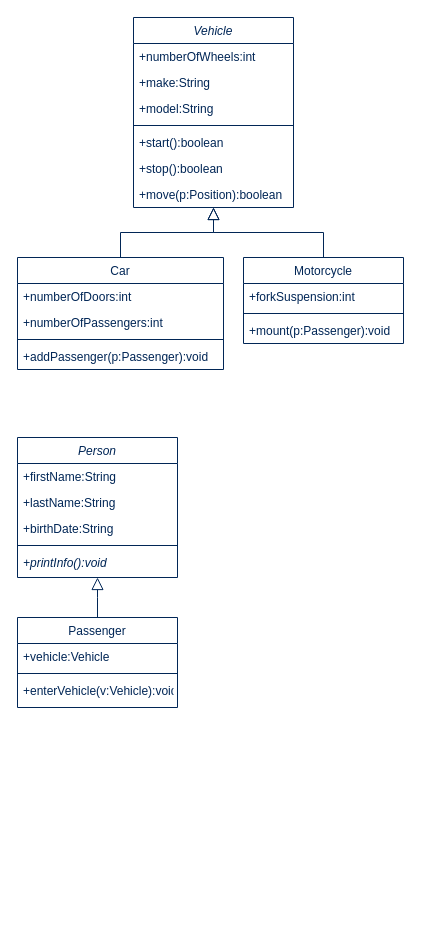
rahimi/software-engineering keeps this draw.io diagram as vehicle-class.drawio. Above is the earlier version. Source tidied: cells renumbered, new cells numbered last; positions are measured from the earlier drawing's top-left corner, leaving out a move shared by most shapes. Both pictures are drawn from the tidied source at 100%, with x=0, y=0 at pixel (17, 17).
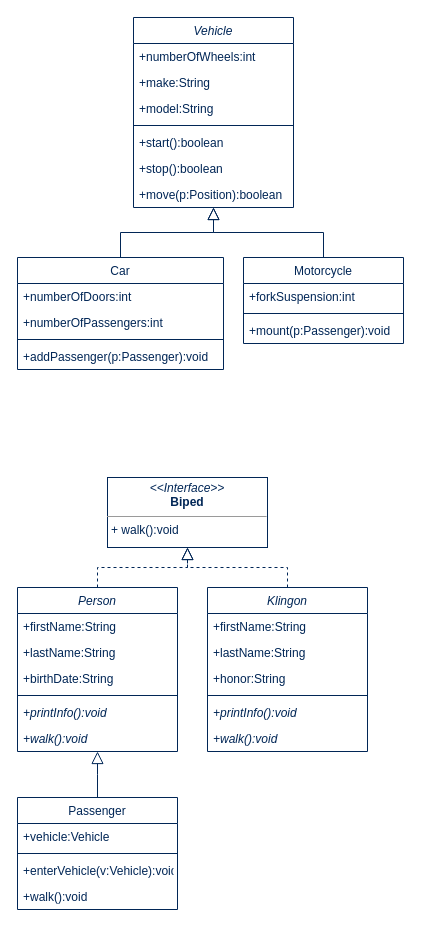
Above is the later version.

Commit message:
adds interface Biped and Klingon

The edit, as a diff of the source:
```diff
@@
+    <mxCell id="31" style="endArrow=block;endSize=10;endFill=0;shadow=0;strokeWidth=1;rounded=0;edgeStyle=elbowEdgeStyle;elbow=vertical;fontFamily=TitilliumText25L;fontColor=#012656;exitX=0.5;exitY=0;exitDx=0;exitDy=0;entryX=0.5;entryY=1;entryDx=0;entryDy=0;strokeColor=#012656;" parent="1" edge="1" source="27" target="21">
+      <mxGeometry relative="1" as="geometry" />
+    </mxCell>
     <mxCell id="21" value="Person" style="swimlane;fontStyle=2;align=center;verticalAlign=top;horizontal=1;startSize=26;rounded=0;shadow=0;strokeWidth=1;fontFamily=TitilliumText25L;fontColor=#012656;strokeColor=#012656;" parent="1" vertex="1">
-      <mxGeometry y="420" width="160" height="140" as="geometry" />
+      <mxGeometry y="570" width="160" height="164" as="geometry" />
     </mxCell>
@@
+    <mxCell id="32" value="+walk():void" style="text;align=left;verticalAlign=top;spacingLeft=4;spacingRight=4;overflow=hidden;fontFamily=TitilliumText25L;fontColor=#012656;fontStyle=2;" parent="21" vertex="1">
+      <mxGeometry y="138" width="160" height="26" as="geometry" />
+    </mxCell>
+    <mxCell id="33" style="endArrow=block;endSize=10;endFill=0;shadow=0;strokeWidth=1;rounded=0;edgeStyle=elbowEdgeStyle;elbow=vertical;fontFamily=TitilliumText25L;fontColor=#012656;entryX=0.5;entryY=1;entryDx=0;entryDy=0;strokeColor=#012656;exitX=0.5;exitY=0;exitDx=0;exitDy=0;dashed=1;" parent="1" edge="1" source="21" target="34">
+      <mxGeometry relative="1" as="geometry" />
+    </mxCell>
+    <mxCell id="34" value="&lt;p style=&quot;margin: 0px ; margin-top: 4px ; text-align: center&quot;&gt;&lt;i&gt;&amp;lt;&amp;lt;Interface&amp;gt;&amp;gt;&lt;/i&gt;&lt;br&gt;&lt;b&gt;Biped&lt;/b&gt;&lt;/p&gt;&lt;hr size=&quot;1&quot;&gt;&lt;p style=&quot;margin: 0px ; margin-left: 4px&quot;&gt;&lt;/p&gt;&lt;p style=&quot;margin: 0px ; margin-left: 4px&quot;&gt;+ walk():void&lt;br&gt;&lt;/p&gt;" style="verticalAlign=top;align=left;overflow=fill;fontSize=12;fontFamily=Helvetica;html=1;fontColor=#012656;strokeColor=#012656;" parent="1" vertex="1">
+      <mxGeometry x="90" y="460" width="160" height="70" as="geometry" />
+    </mxCell>
     <mxCell id="27" value="Passenger" style="swimlane;fontStyle=0;align=center;verticalAlign=top;horizontal=1;startSize=26;rounded=0;shadow=0;strokeWidth=1;fontFamily=TitilliumText25L;fontColor=#012656;strokeColor=#012656;" parent="1" vertex="1">
-      <mxGeometry y="600" width="160" height="90" as="geometry" />
+      <mxGeometry y="780" width="160" height="112" as="geometry" />
     </mxCell>
@@
-    <mxCell id="31" style="endArrow=block;endSize=10;endFill=0;shadow=0;strokeWidth=1;rounded=0;edgeStyle=elbowEdgeStyle;elbow=vertical;fontFamily=TitilliumText25L;fontColor=#012656;exitX=0.5;exitY=0;exitDx=0;exitDy=0;entryX=0.5;entryY=1;entryDx=0;entryDy=0;strokeColor=#012656;" parent="1" edge="1" source="27" target="21">
-      <mxGeometry relative="1" as="geometry" />
-    </mxCell>
+    <mxCell id="35" value="+walk():void" style="text;align=left;verticalAlign=top;spacingLeft=4;spacingRight=4;overflow=hidden;fontFamily=TitilliumText25L;fontColor=#012656;" parent="27" vertex="1">
+      <mxGeometry y="86" width="160" height="26" as="geometry" />
+    </mxCell>
+    <mxCell id="36" value="Klingon" style="swimlane;fontStyle=2;align=center;verticalAlign=top;horizontal=1;startSize=26;rounded=0;shadow=0;strokeWidth=1;fontFamily=TitilliumText25L;fontColor=#012656;strokeColor=#012656;" parent="1" vertex="1">
+      <mxGeometry x="190" y="570" width="160" height="164" as="geometry" />
+    </mxCell>
+    <mxCell id="37" value="+firstName:String" style="text;align=left;verticalAlign=top;spacingLeft=4;spacingRight=4;overflow=hidden;fontFamily=TitilliumText25L;fontColor=#012656;" parent="36" vertex="1">
+      <mxGeometry y="26" width="160" height="26" as="geometry" />
+    </mxCell>
+    <mxCell id="38" value="+lastName:String" style="text;align=left;verticalAlign=top;spacingLeft=4;spacingRight=4;overflow=hidden;rounded=0;shadow=0;html=0;fontFamily=TitilliumText25L;fontColor=#012656;" parent="36" vertex="1">
+      <mxGeometry y="52" width="160" height="26" as="geometry" />
+    </mxCell>
+    <mxCell id="39" value="+honor:String" style="text;align=left;verticalAlign=top;spacingLeft=4;spacingRight=4;overflow=hidden;rounded=0;shadow=0;html=0;fontFamily=TitilliumText25L;fontColor=#012656;" parent="36" vertex="1">
+      <mxGeometry y="78" width="160" height="26" as="geometry" />
+    </mxCell>
+    <mxCell id="40" style="line;html=1;strokeWidth=1;align=left;verticalAlign=middle;spacingTop=-1;spacingLeft=3;spacingRight=3;labelPosition=right;fontFamily=TitilliumText25L;fontColor=#012656;strokeColor=#012656;" parent="36" vertex="1">
+      <mxGeometry y="104" width="160" height="8" as="geometry" />
+    </mxCell>
+    <mxCell id="41" value="+printInfo():void" style="text;align=left;verticalAlign=top;spacingLeft=4;spacingRight=4;overflow=hidden;fontFamily=TitilliumText25L;fontColor=#012656;fontStyle=2;" parent="36" vertex="1">
+      <mxGeometry y="112" width="160" height="26" as="geometry" />
+    </mxCell>
+    <mxCell id="42" value="+walk():void" style="text;align=left;verticalAlign=top;spacingLeft=4;spacingRight=4;overflow=hidden;fontFamily=TitilliumText25L;fontColor=#012656;fontStyle=2;" parent="36" vertex="1">
+      <mxGeometry y="138" width="160" height="26" as="geometry" />
+    </mxCell>
+    <mxCell id="43" style="endArrow=block;endSize=10;endFill=0;shadow=0;strokeWidth=1;rounded=0;edgeStyle=elbowEdgeStyle;elbow=vertical;fontFamily=TitilliumText25L;fontColor=#012656;entryX=0.5;entryY=1;entryDx=0;entryDy=0;strokeColor=#012656;exitX=0.5;exitY=0;exitDx=0;exitDy=0;dashed=1;" parent="1" edge="1" source="36" target="34">
+      <mxGeometry relative="1" as="geometry" />
+    </mxCell>
```
